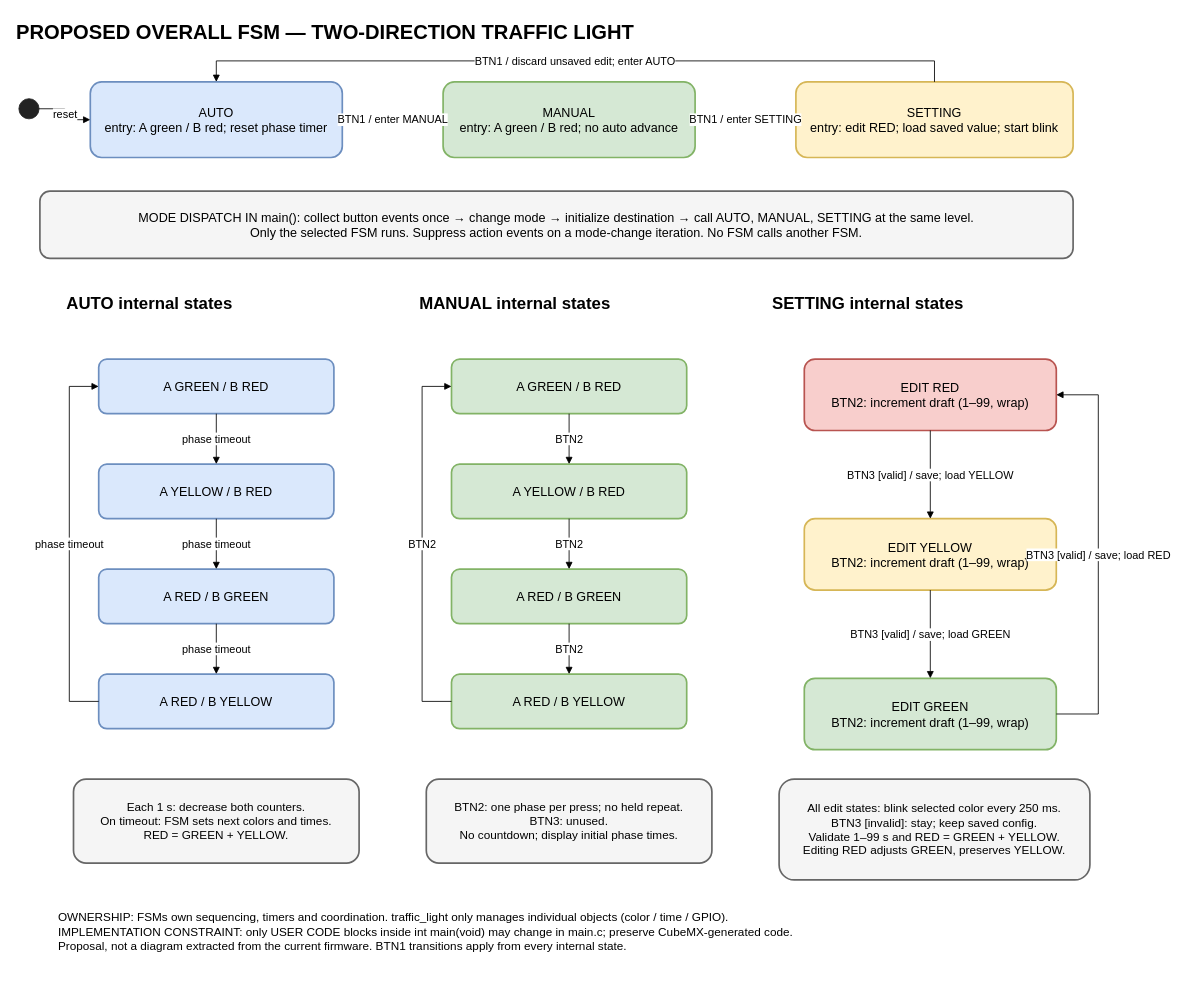
Before: docs/overall-fsm.drawio in YdtTran/CO3010-TranDinhY-2414100, a draw.io diagram. Source tidied: cells renumbered, new cells numbered last; positions are measured from the earlier drawing's top-left corner, leaving out a move shared by most shapes. Both pictures are drawn from the tidied source at 84%, with x=0, y=0 at pixel (14, 14).
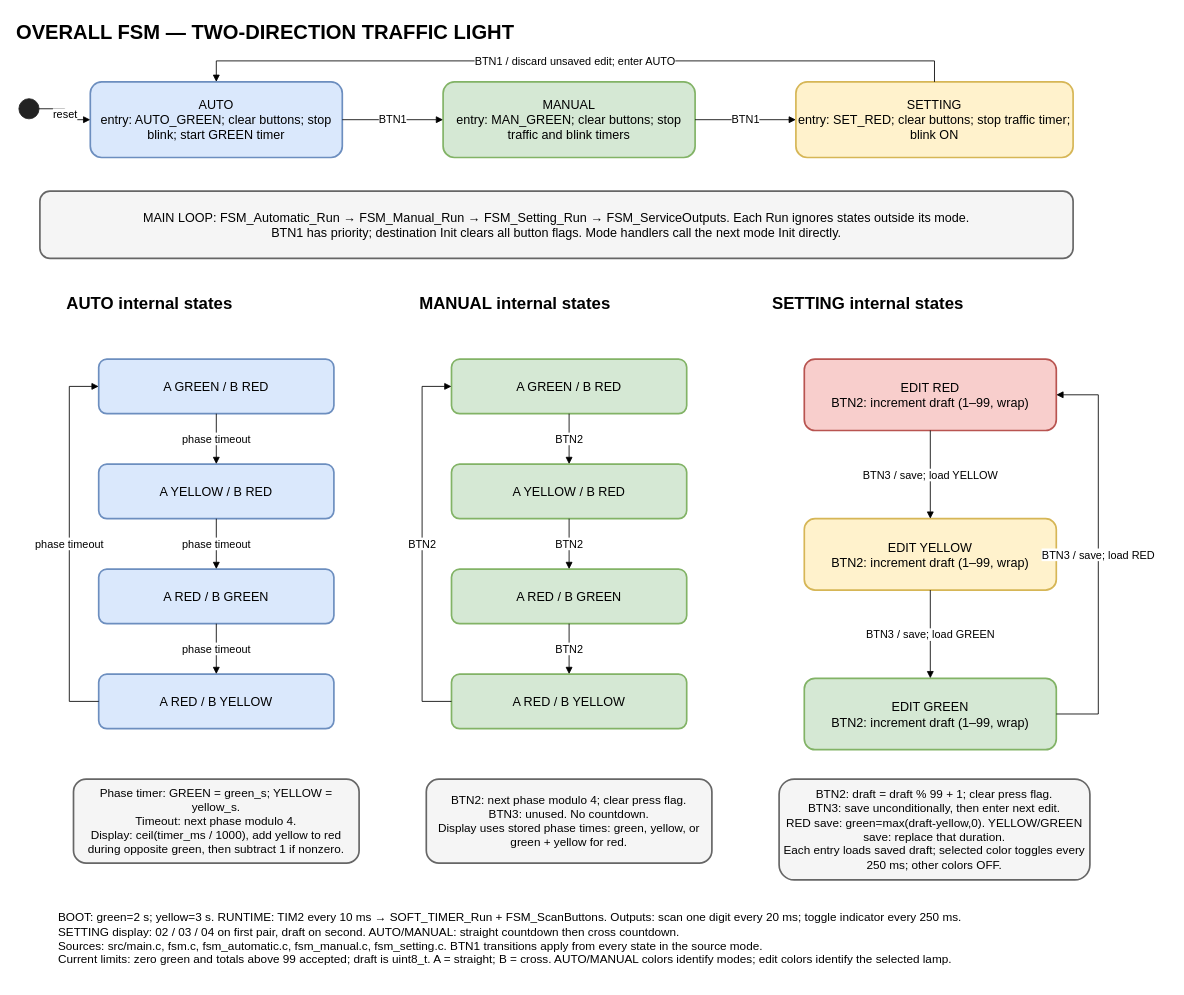
After the change.

Unchanged cells that the change refers to:
```xml
<mxCell id="31" value="EDIT RED&#10;BTN2: increment draft (1–99, wrap)" style="rounded=1;whiteSpace=wrap;html=1;fontFamily=Arial;fontSize=15;strokeWidth=2;fillColor=#f8cecc;strokeColor=#b85450;" parent="1" vertex="1">
  <mxGeometry x="940" y="410" width="300" height="85" as="geometry" />
</mxCell>
<mxCell id="32" value="EDIT YELLOW&#10;BTN2: increment draft (1–99, wrap)" style="rounded=1;whiteSpace=wrap;html=1;fontFamily=Arial;fontSize=15;strokeWidth=2;fillColor=#fff2cc;strokeColor=#d6b656;" parent="1" vertex="1">
  <mxGeometry x="940" y="600" width="300" height="85" as="geometry" />
</mxCell>
<mxCell id="33" value="EDIT GREEN&#10;BTN2: increment draft (1–99, wrap)" style="rounded=1;whiteSpace=wrap;html=1;fontFamily=Arial;fontSize=15;strokeWidth=2;fillColor=#d5e8d4;strokeColor=#82b366;" parent="1" vertex="1">
  <mxGeometry x="940" y="790" width="300" height="85" as="geometry" />
</mxCell>
```

The edit, as a diff of the source:
```diff
@@
-    <mxCell id="2" value="PROPOSED OVERALL FSM — TWO-DIRECTION TRAFFIC LIGHT" style="text;html=1;fontFamily=Arial;fontSize=24;fontStyle=1;" parent="1" vertex="1">
+    <mxCell id="2" value="OVERALL FSM — TWO-DIRECTION TRAFFIC LIGHT" style="text;html=1;fontFamily=Arial;fontSize=24;fontStyle=1;" parent="1" vertex="1">
       <mxGeometry width="1260" height="45" as="geometry" />
     </mxCell>
@@
-    <mxCell id="4" value="AUTO&#10;entry: A green / B red; reset phase timer" style="rounded=1;whiteSpace=wrap;html=1;fontFamily=Arial;fontSize=15;strokeWidth=2;fillColor=#dae8fc;strokeColor=#6c8ebf;" parent="1" vertex="1">
+    <mxCell id="4" value="AUTO&lt;br&gt;entry: AUTO_GREEN; clear buttons; stop blink; start GREEN timer" style="rounded=1;whiteSpace=wrap;html=1;fontFamily=Arial;fontSize=15;strokeWidth=2;fillColor=#dae8fc;strokeColor=#6c8ebf;" parent="1" vertex="1">
       <mxGeometry x="90" y="80" width="300" height="90" as="geometry" />
     </mxCell>
-    <mxCell id="5" value="MANUAL&#10;entry: A green / B red; no auto advance" style="rounded=1;whiteSpace=wrap;html=1;fontFamily=Arial;fontSize=15;strokeWidth=2;fillColor=#d5e8d4;strokeColor=#82b366;" parent="1" vertex="1">
+    <mxCell id="5" value="MANUAL&lt;br&gt;entry: MAN_GREEN; clear buttons; stop traffic and blink timers" style="rounded=1;whiteSpace=wrap;html=1;fontFamily=Arial;fontSize=15;strokeWidth=2;fillColor=#d5e8d4;strokeColor=#82b366;" parent="1" vertex="1">
       <mxGeometry x="510" y="80" width="300" height="90" as="geometry" />
     </mxCell>
-    <mxCell id="6" value="SETTING&#10;entry: edit RED; load saved value; start blink" style="rounded=1;whiteSpace=wrap;html=1;fontFamily=Arial;fontSize=15;strokeWidth=2;fillColor=#fff2cc;strokeColor=#d6b656;" parent="1" vertex="1">
+    <mxCell id="6" value="SETTING&lt;br&gt;entry: SET_RED; clear buttons; stop traffic timer; blink ON" style="rounded=1;whiteSpace=wrap;html=1;fontFamily=Arial;fontSize=15;strokeWidth=2;fillColor=#fff2cc;strokeColor=#d6b656;" parent="1" vertex="1">
       <mxGeometry x="930" y="80" width="330" height="90" as="geometry" />
     </mxCell>
@@
-    <mxCell id="8" value="BTN1 / enter MANUAL" style="edgeStyle=orthogonalEdgeStyle;rounded=0;html=1;fontSize=13;endArrow=block;labelBackgroundColor=#ffffff;" parent="1" edge="1" source="4" target="5">
+    <mxCell id="8" value="BTN1" style="edgeStyle=orthogonalEdgeStyle;rounded=0;html=1;fontSize=13;endArrow=block;labelBackgroundColor=#ffffff;" parent="1" edge="1" source="4" target="5">
       <mxGeometry relative="1" as="geometry" />
     </mxCell>
-    <mxCell id="9" value="BTN1 / enter SETTING" style="edgeStyle=orthogonalEdgeStyle;rounded=0;html=1;fontSize=13;endArrow=block;labelBackgroundColor=#ffffff;" parent="1" edge="1" source="5" target="6">
+    <mxCell id="9" value="BTN1" style="edgeStyle=orthogonalEdgeStyle;rounded=0;html=1;fontSize=13;endArrow=block;labelBackgroundColor=#ffffff;" parent="1" edge="1" source="5" target="6">
       <mxGeometry relative="1" as="geometry" />
     </mxCell>
@@
-    <mxCell id="11" value="MODE DISPATCH IN main(): collect button events once → change mode → initialize destination → call AUTO, MANUAL, SETTING at the same level.&#10;Only the selected FSM runs. Suppress action events on a mode-change iteration. No FSM calls another FSM." style="rounded=1;whiteSpace=wrap;html=1;fontFamily=Arial;fontSize=15;strokeWidth=2;fillColor=#f5f5f5;strokeColor=#666666;" parent="1" vertex="1">
+    <mxCell id="11" value="MAIN LOOP: FSM_Automatic_Run → FSM_Manual_Run → FSM_Setting_Run → FSM_ServiceOutputs. Each Run ignores states outside its mode.&lt;br&gt;BTN1 has priority; destination Init clears all button flags. Mode handlers call the next mode Init directly." style="rounded=1;whiteSpace=wrap;html=1;fontFamily=Arial;fontSize=15;strokeWidth=2;fillColor=#f5f5f5;strokeColor=#666666;" parent="1" vertex="1">
       <mxGeometry x="30" y="210" width="1230" height="80" as="geometry" />
     </mxCell>
@@
-    <mxCell id="34" value="BTN3 [valid] / save; load YELLOW" style="edgeStyle=orthogonalEdgeStyle;rounded=0;html=1;fontSize=13;endArrow=block;labelBackgroundColor=#ffffff;" parent="1" edge="1" source="31" target="32">
+    <mxCell id="34" value="BTN3 / save; load YELLOW" style="edgeStyle=orthogonalEdgeStyle;rounded=0;html=1;fontSize=13;endArrow=block;labelBackgroundColor=#ffffff;" parent="1" edge="1" source="31" target="32">
       <mxGeometry relative="1" as="geometry" />
     </mxCell>
-    <mxCell id="35" value="BTN3 [valid] / save; load GREEN" style="edgeStyle=orthogonalEdgeStyle;rounded=0;html=1;fontSize=13;endArrow=block;labelBackgroundColor=#ffffff;" parent="1" edge="1" source="32" target="33">
+    <mxCell id="35" value="BTN3 / save; load GREEN" style="edgeStyle=orthogonalEdgeStyle;rounded=0;html=1;fontSize=13;endArrow=block;labelBackgroundColor=#ffffff;" parent="1" edge="1" source="32" target="33">
       <mxGeometry relative="1" as="geometry" />
     </mxCell>
-    <mxCell id="36" value="BTN3 [valid] / save; load RED" style="edgeStyle=orthogonalEdgeStyle;rounded=0;html=1;fontSize=13;endArrow=block;labelBackgroundColor=#ffffff;exitX=1;exitY=0.5;entryX=1;entryY=0.5;" parent="1" edge="1" source="33" target="31">
+    <mxCell id="36" value="BTN3 / save; load RED" style="edgeStyle=orthogonalEdgeStyle;rounded=0;html=1;fontSize=13;endArrow=block;labelBackgroundColor=#ffffff;exitX=1;exitY=0.5;entryX=1;entryY=0.5;" parent="1" edge="1" source="33" target="31">
       <mxGeometry relative="1" as="geometry">
         <Array as="points">
           <mxPoint x="1290" y="832" />
           <mxPoint x="1290" y="452" />
         </Array>
       </mxGeometry>
     </mxCell>
-    <mxCell id="37" value="Each 1 s: decrease both counters.&#10;On timeout: FSM sets next colors and times.&#10;RED = GREEN + YELLOW." style="rounded=1;whiteSpace=wrap;html=1;fontFamily=Arial;fontSize=15;strokeWidth=2;fillColor=#f5f5f5;strokeColor=#666666;fontSize=14;" parent="1" vertex="1">
+    <mxCell id="37" value="Phase timer: GREEN = green_s; YELLOW = yellow_s.&lt;br&gt;Timeout: next phase modulo 4.&lt;br&gt;Display: ceil(timer_ms / 1000), add yellow to red during opposite green, then subtract 1 if nonzero." style="rounded=1;whiteSpace=wrap;html=1;fontFamily=Arial;fontSize=15;strokeWidth=2;fillColor=#f5f5f5;strokeColor=#666666;fontSize=14;" parent="1" vertex="1">
       <mxGeometry x="70" y="910" width="340" height="100" as="geometry" />
     </mxCell>
-    <mxCell id="38" value="BTN2: one phase per press; no held repeat.&#10;BTN3: unused.&#10;No countdown; display initial phase times." style="rounded=1;whiteSpace=wrap;html=1;fontFamily=Arial;fontSize=15;strokeWidth=2;fillColor=#f5f5f5;strokeColor=#666666;fontSize=14;" parent="1" vertex="1">
+    <mxCell id="38" value="BTN2: next phase modulo 4; clear press flag.&lt;br&gt;BTN3: unused. No countdown.&lt;br&gt;Display uses stored phase times: green, yellow, or green + yellow for red." style="rounded=1;whiteSpace=wrap;html=1;fontFamily=Arial;fontSize=15;strokeWidth=2;fillColor=#f5f5f5;strokeColor=#666666;fontSize=14;" parent="1" vertex="1">
       <mxGeometry x="490" y="910" width="340" height="100" as="geometry" />
     </mxCell>
-    <mxCell id="39" value="All edit states: blink selected color every 250 ms.&#10;BTN3 [invalid]: stay; keep saved config.&#10;Validate 1–99 s and RED = GREEN + YELLOW.&#10;Editing RED adjusts GREEN, preserves YELLOW." style="rounded=1;whiteSpace=wrap;html=1;fontFamily=Arial;fontSize=15;strokeWidth=2;fillColor=#f5f5f5;strokeColor=#666666;fontSize=14;" parent="1" vertex="1">
+    <mxCell id="39" value="BTN2: draft = draft % 99 + 1; clear press flag.&lt;br&gt;BTN3: save unconditionally, then enter next edit.&lt;br&gt;RED save: green=max(draft-yellow,0). YELLOW/GREEN save: replace that duration.&lt;br&gt;Each entry loads saved draft; selected color toggles every 250 ms; other colors OFF." style="rounded=1;whiteSpace=wrap;html=1;fontFamily=Arial;fontSize=15;strokeWidth=2;fillColor=#f5f5f5;strokeColor=#666666;fontSize=14;" parent="1" vertex="1">
       <mxGeometry x="910" y="910" width="370" height="120" as="geometry" />
     </mxCell>
-    <mxCell id="40" value="OWNERSHIP: FSMs own sequencing, timers and coordination. traffic_light only manages individual objects (color / time / GPIO).&#10;IMPLEMENTATION CONSTRAINT: only USER CODE blocks inside int main(void) may change in main.c; preserve CubeMX-generated code.&#10;Proposal, not a diagram extracted from the current firmware. BTN1 transitions apply from every internal state." style="text;whiteSpace=wrap;html=1;fontFamily=Arial;fontSize=14;align=left;" parent="1" vertex="1">
+    <mxCell id="40" value="BOOT: green=2 s; yellow=3 s. RUNTIME: TIM2 every 10 ms → SOFT_TIMER_Run + FSM_ScanButtons. Outputs: scan one digit every 20 ms; toggle indicator every 250 ms.&lt;br&gt;SETTING display: 02 / 03 / 04 on first pair, draft on second. AUTO/MANUAL: straight countdown then cross countdown.&lt;br&gt;Sources: src/main.c, fsm.c, fsm_automatic.c, fsm_manual.c, fsm_setting.c. BTN1 transitions apply from every state in the source mode.&lt;br&gt;Current limits: zero green and totals above 99 accepted; draft is uint8_t. A = straight; B = cross. AUTO/MANUAL colors identify modes; edit colors identify the selected lamp." style="text;whiteSpace=wrap;html=1;fontFamily=Arial;fontSize=14;align=left;" parent="1" vertex="1">
       <mxGeometry x="50" y="1060" width="1230" height="90" as="geometry" />
     </mxCell>
```
